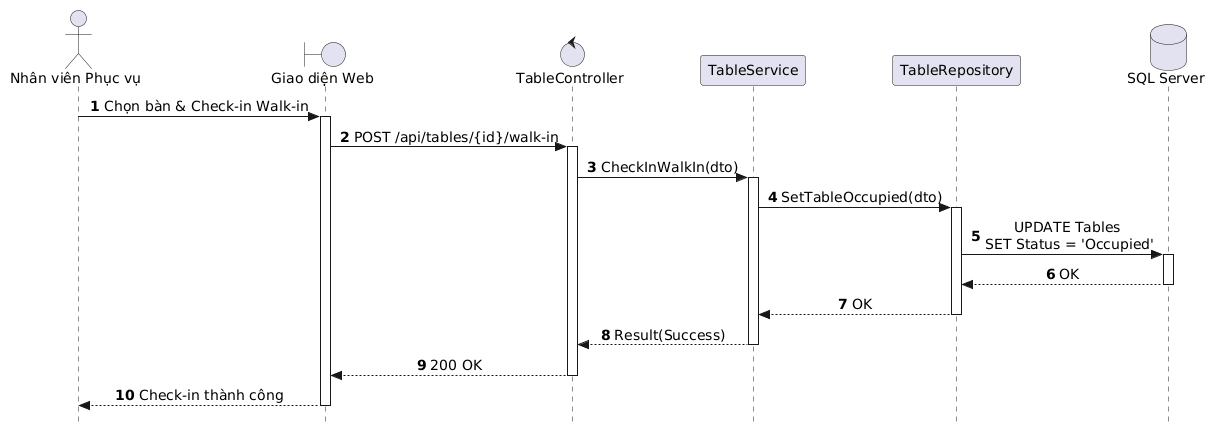
Before: out/docs/puml/sequences/SD_UC_E6_2_CheckIn_WalkIn/SD_UC_E6_2_CheckIn_WalkIn.png, a diagram exported from PlantUML (AndrewQng/VinDining). The source it was exported from:
```plantuml
@startuml
autonumber
skinparam style strictuml
skinparam sequenceMessageAlign center
skinparam responseMessageBelowArrow true
skinparam defaultFontName "Segoe UI", Arial, sans-serif
skinparam defaultFontSize 14

actor "Nhân viên Phục vụ" as Waitstaff
boundary "Giao diện Web" as UI
control "TableController" as Controller
participant "TableService" as Service
participant "TableRepository" as Repo
database "SQL Server" as DB

Waitstaff -> UI: Chọn bàn & Check-in Walk-in
activate UI

UI -> Controller: POST /api/tables/{id}/walk-in
activate Controller

Controller -> Service: CheckInWalkIn(dto)
activate Service

Service -> Repo: SetTableOccupied(dto)
activate Repo

Repo -> DB: UPDATE Tables \nSET Status = 'Occupied'
activate DB
DB --> Repo: OK
deactivate DB

Repo --> Service: OK
deactivate Repo

Service --> Controller: Result(Success)
deactivate Service

Controller --> UI: 200 OK
deactivate Controller

UI --> Waitstaff: Check-in thành công
deactivate UI
@enduml
```
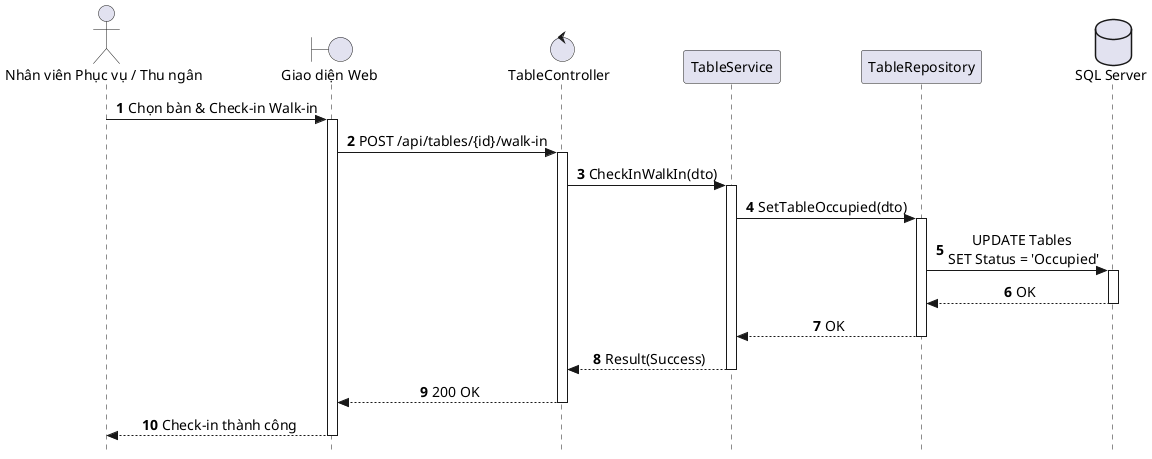
After the commit.

Change to the diagram source:
```diff
@@ -1,4 +1,4 @@
-@startuml
+@startuml SD_UC_E6_2_CheckIn_WalkIn
 autonumber
 skinparam style strictuml
 skinparam sequenceMessageAlign center
@@ -6,14 +6,14 @@
 skinparam defaultFontName "Segoe UI", Arial, sans-serif
 skinparam defaultFontSize 14
 
-actor "Nhân viên Phục vụ" as Waitstaff
+actor "Nhân viên Phục vụ / Thu ngân" as Staff
 boundary "Giao diện Web" as UI
 control "TableController" as Controller
 participant "TableService" as Service
 participant "TableRepository" as Repo
 database "SQL Server" as DB
 
-Waitstaff -> UI: Chọn bàn & Check-in Walk-in
+Staff -> UI: Chọn bàn & Check-in Walk-in
 activate UI
 
 UI -> Controller: POST /api/tables/{id}/walk-in
@@ -39,6 +39,7 @@
 Controller --> UI: 200 OK
 deactivate Controller
 
-UI --> Waitstaff: Check-in thành công
+UI --> Staff: Check-in thành công
 deactivate UI
+
 @enduml
```
